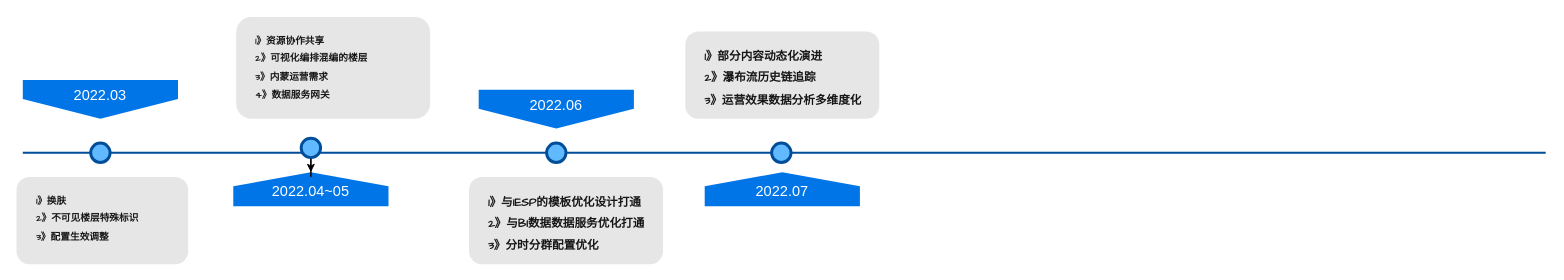
Earlier version of the draw.io diagram docs/Untitled Diagram.drawio (topjs/C1000kPracticeGuide). Source tidied: cells renumbered, new cells numbered last; positions are measured from the earlier drawing's top-left corner, leaving out a move shared by most shapes. Both pictures are drawn from the tidied source at 97%, with x=0, y=0 at pixel (16, 16).
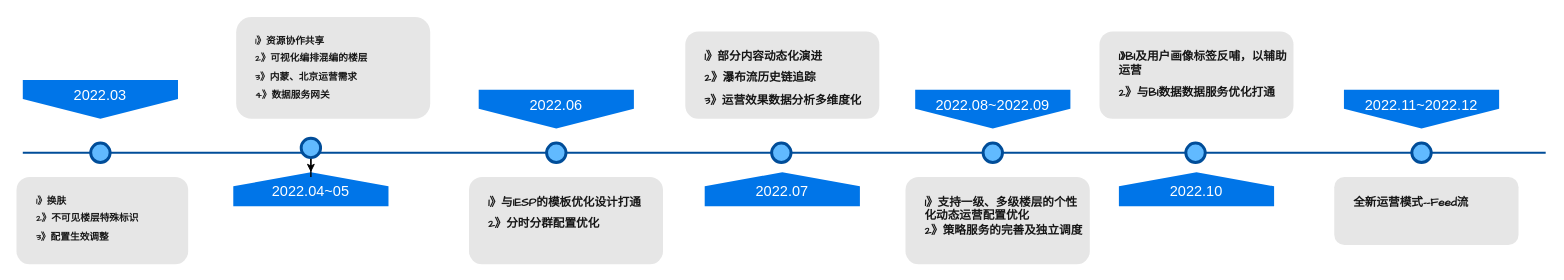
The same page after the edit.

Commit message:
isop timeline 3

Change to the diagram source:
```diff
@@
-    <mxCell id="13" value="&lt;h1 style=&quot;font-size: 10px&quot;&gt;&lt;font style=&quot;font-size: 10px&quot;&gt;1》资源协作共享&lt;/font&gt;&lt;/h1&gt;&lt;h1 style=&quot;font-size: 10px&quot;&gt;&lt;font style=&quot;font-size: 10px&quot;&gt;2》可视化编排混编的楼层&lt;/font&gt;&lt;/h1&gt;&lt;h1 style=&quot;font-size: 10px&quot;&gt;&lt;font style=&quot;font-size: 10px&quot;&gt;3》内蒙运营需求&lt;/font&gt;&lt;/h1&gt;&lt;div&gt;&lt;font style=&quot;font-size: 10px&quot;&gt;&lt;b&gt;4》数据服务网关&lt;/b&gt;&lt;/font&gt;&lt;/div&gt;" style="text;html=1;spacing=5;spacingTop=2;whiteSpace=wrap;overflow=hidden;strokeColor=none;strokeWidth=3;fillColor=#E6E6E6;fontSize=10;fontColor=#000000;align=left;rounded=1;verticalAlign=top;horizontal=1;fontFamily=Comic Sans MS;textOpacity=90;spacingLeft=15;" parent="1" vertex="1">
+    <mxCell id="13" value="&lt;h1 style=&quot;font-size: 10px&quot;&gt;&lt;font style=&quot;font-size: 10px&quot;&gt;1》资源协作共享&lt;/font&gt;&lt;/h1&gt;&lt;h1 style=&quot;font-size: 10px&quot;&gt;&lt;font style=&quot;font-size: 10px&quot;&gt;2》可视化编排混编的楼层&lt;/font&gt;&lt;/h1&gt;&lt;h1 style=&quot;font-size: 10px&quot;&gt;&lt;font style=&quot;font-size: 10px&quot;&gt;3》内蒙、北京运营需求&lt;/font&gt;&lt;/h1&gt;&lt;div&gt;&lt;font style=&quot;font-size: 10px&quot;&gt;&lt;b&gt;4》数据服务网关&lt;/b&gt;&lt;/font&gt;&lt;/div&gt;" style="text;html=1;spacing=5;spacingTop=2;whiteSpace=wrap;overflow=hidden;strokeColor=none;strokeWidth=3;fillColor=#E6E6E6;fontSize=10;fontColor=#000000;align=left;rounded=1;verticalAlign=top;horizontal=1;fontFamily=Comic Sans MS;textOpacity=90;spacingLeft=15;" parent="1" vertex="1">
       <mxGeometry x="226" width="200" height="105" as="geometry" />
     </mxCell>
-    <mxCell id="14" value="&lt;h1 style=&quot;font-size: 12px&quot;&gt;&lt;font style=&quot;font-size: 12px&quot;&gt;1》&lt;/font&gt;&lt;span style=&quot;font-size: 12px&quot;&gt;与IESP的模板优化设计打通&lt;/span&gt;&lt;/h1&gt;&lt;h1 style=&quot;font-size: 12px&quot;&gt;&lt;font style=&quot;font-size: 12px&quot;&gt;2》&lt;/font&gt;与BI数据数据服务优化打通&lt;/h1&gt;&lt;div style=&quot;font-size: 12px&quot;&gt;&lt;b&gt;3》分时分群配置优化&lt;/b&gt;&lt;/div&gt;" style="text;html=1;spacing=5;spacingTop=2;whiteSpace=wrap;overflow=hidden;strokeColor=none;strokeWidth=3;fillColor=#E6E6E6;fontSize=12;fontColor=#000000;align=left;rounded=1;verticalAlign=top;horizontal=1;fontFamily=Comic Sans MS;textOpacity=90;spacingLeft=15;" parent="1" vertex="1">
+    <mxCell id="14" value="&lt;h1 style=&quot;font-size: 12px&quot;&gt;&lt;font style=&quot;font-size: 12px&quot;&gt;1》&lt;/font&gt;&lt;span style=&quot;font-size: 12px&quot;&gt;与IESP的模板优化设计打通&lt;/span&gt;&lt;/h1&gt;&lt;h1 style=&quot;font-size: 12px&quot;&gt;&lt;font style=&quot;font-size: 12px&quot;&gt;2》&lt;/font&gt;&lt;b&gt;分时分群配置优化&lt;/b&gt;&lt;/h1&gt;" style="text;html=1;spacing=5;spacingTop=2;whiteSpace=wrap;overflow=hidden;strokeColor=none;strokeWidth=3;fillColor=#E6E6E6;fontSize=12;fontColor=#000000;align=left;rounded=1;verticalAlign=top;horizontal=1;fontFamily=Comic Sans MS;textOpacity=90;spacingLeft=15;" parent="1" vertex="1">
       <mxGeometry x="466" y="165" width="200" height="90" as="geometry" />
     </mxCell>
@@
+    <mxCell id="16" value="2022.08~2022.09" style="shape=offPageConnector;whiteSpace=wrap;html=1;fillColor=#0075E8;fontSize=15;fontColor=#FFFFFF;size=0.5093750000000015;verticalAlign=top;strokeColor=none;" parent="1" vertex="1">
+      <mxGeometry x="926" y="75" width="160" height="40" as="geometry" />
+    </mxCell>
+    <mxCell id="17" value="&lt;h1 style=&quot;font-size: 12px&quot;&gt;&lt;font style=&quot;font-size: 12px&quot;&gt;1》&lt;/font&gt;&lt;b&gt;支持一级、多级楼层的个性化动态运营&lt;/b&gt;&lt;b&gt;配置优化&lt;br&gt;2》策略服务的完善及独立调度&lt;/b&gt;&lt;/h1&gt;" style="text;html=1;spacing=5;spacingTop=2;whiteSpace=wrap;overflow=hidden;strokeColor=none;strokeWidth=3;fillColor=#E6E6E6;fontSize=12;fontColor=#000000;align=left;rounded=1;verticalAlign=top;horizontal=1;fontFamily=Comic Sans MS;textOpacity=90;spacingLeft=15;" parent="1" vertex="1">
+      <mxGeometry x="916" y="165" width="190" height="90" as="geometry" />
+    </mxCell>
+    <mxCell id="18" style="ellipse;whiteSpace=wrap;html=1;fillColor=#61BAFF;fontSize=28;fontColor=#004D99;strokeWidth=3;strokeColor=#004D99;" parent="1" vertex="1">
+      <mxGeometry x="996" y="130" width="20" height="20" as="geometry" />
+    </mxCell>
+    <mxCell id="19" value="2022.10" style="shape=offPageConnector;whiteSpace=wrap;html=1;fillColor=#0075E8;fontSize=15;fontColor=#FFFFFF;size=0.4178571428571445;flipV=1;verticalAlign=bottom;strokeColor=none;spacingBottom=4;" parent="1" vertex="1">
+      <mxGeometry x="1136" y="160" width="160" height="35" as="geometry" />
+    </mxCell>
+    <mxCell id="20" style="ellipse;whiteSpace=wrap;html=1;fillColor=#61BAFF;fontSize=28;fontColor=#004D99;strokeWidth=3;strokeColor=#004D99;" parent="1" vertex="1">
+      <mxGeometry x="1205" y="130" width="20" height="20" as="geometry" />
+    </mxCell>
+    <mxCell id="21" value="&lt;h1 style=&quot;font-size: 12px&quot;&gt;&lt;font style=&quot;font-size: 12px&quot;&gt;1》BI及用户画像标签反哺，以辅助运营&lt;/font&gt;&lt;/h1&gt;&lt;h1 style=&quot;font-size: 12px&quot;&gt;&lt;font style=&quot;font-size: 12px&quot;&gt;2》&lt;/font&gt;与BI数据数据服务优化打通&lt;/h1&gt;" style="text;html=1;spacing=5;spacingTop=2;whiteSpace=wrap;overflow=hidden;strokeColor=none;strokeWidth=3;fillColor=#E6E6E6;fontSize=12;fontColor=#000000;align=left;rounded=1;verticalAlign=top;horizontal=1;fontFamily=Comic Sans MS;textOpacity=90;spacingLeft=15;" parent="1" vertex="1">
+      <mxGeometry x="1116" y="15" width="200" height="90" as="geometry" />
+    </mxCell>
+    <mxCell id="22" value="2022.11~2022.12" style="shape=offPageConnector;whiteSpace=wrap;html=1;fillColor=#0075E8;fontSize=15;fontColor=#FFFFFF;size=0.5093750000000015;verticalAlign=top;strokeColor=none;" parent="1" vertex="1">
+      <mxGeometry x="1368" y="75" width="160" height="40" as="geometry" />
+    </mxCell>
+    <mxCell id="23" value="&lt;h1 style=&quot;font-size: 12px&quot;&gt;&lt;font style=&quot;font-size: 12px&quot;&gt;全新运营模式--Feed流&lt;/font&gt;&lt;/h1&gt;" style="text;html=1;spacing=5;spacingTop=2;whiteSpace=wrap;overflow=hidden;strokeColor=none;strokeWidth=3;fillColor=#E6E6E6;fontSize=12;fontColor=#000000;align=left;rounded=1;verticalAlign=top;horizontal=1;fontFamily=Comic Sans MS;textOpacity=90;spacingLeft=15;" parent="1" vertex="1">
+      <mxGeometry x="1358" y="165" width="190" height="70" as="geometry" />
+    </mxCell>
+    <mxCell id="24" style="ellipse;whiteSpace=wrap;html=1;fillColor=#61BAFF;fontSize=28;fontColor=#004D99;strokeWidth=3;strokeColor=#004D99;" parent="1" vertex="1">
+      <mxGeometry x="1438" y="130" width="20" height="20" as="geometry" />
+    </mxCell>
```
